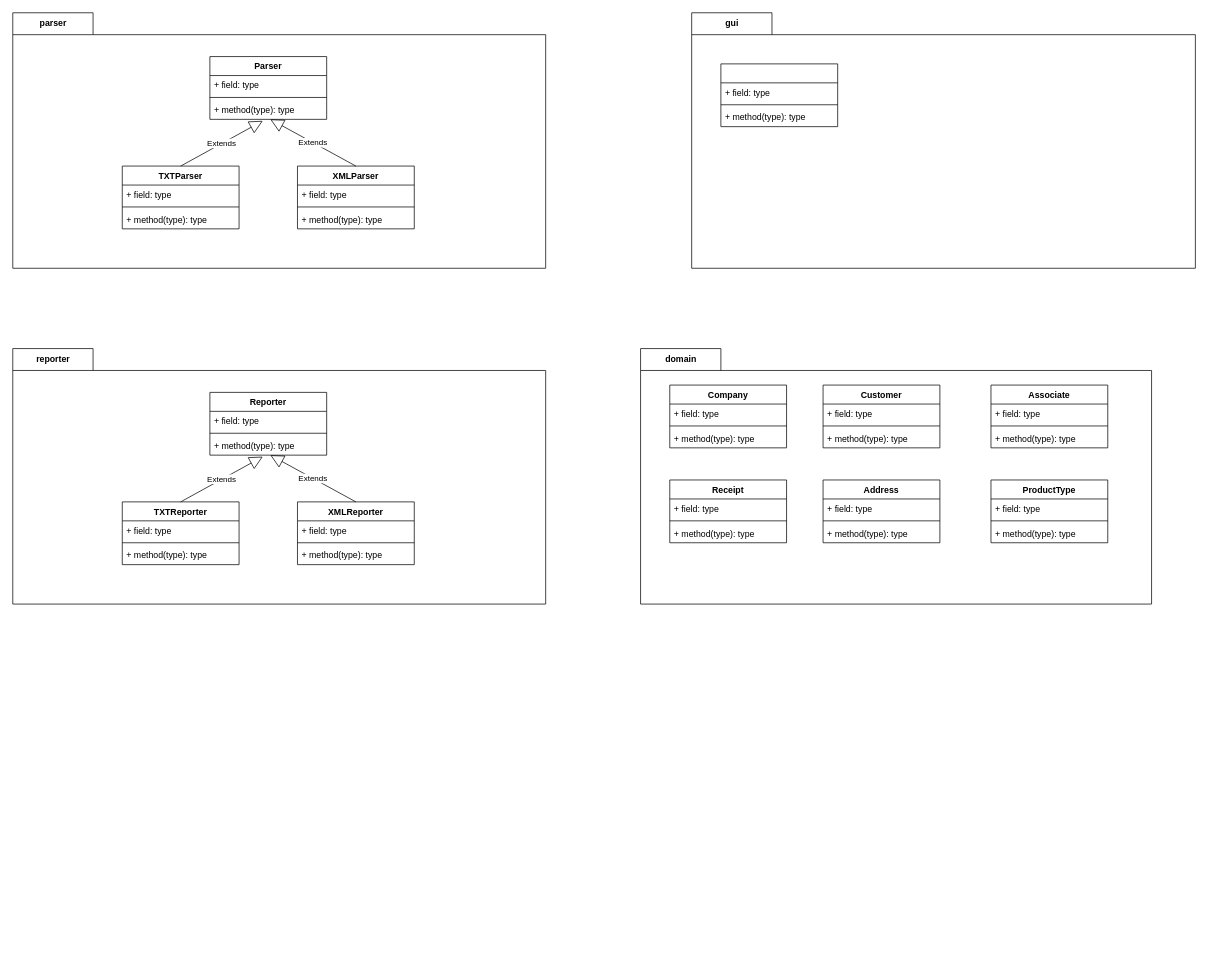
Earlier version of the draw.io diagram soft-devII-2024-project-material/sales-commissions-application/bin/new_class_diagram.drawio (philipAthanasopoulos/Saleio). Source tidied: cells renumbered, new cells numbered last; positions are measured from the earlier drawing's top-left corner, leaving out a move shared by most shapes. Both pictures are drawn from the tidied source at 73%, with x=0, y=0 at pixel (12, 12).
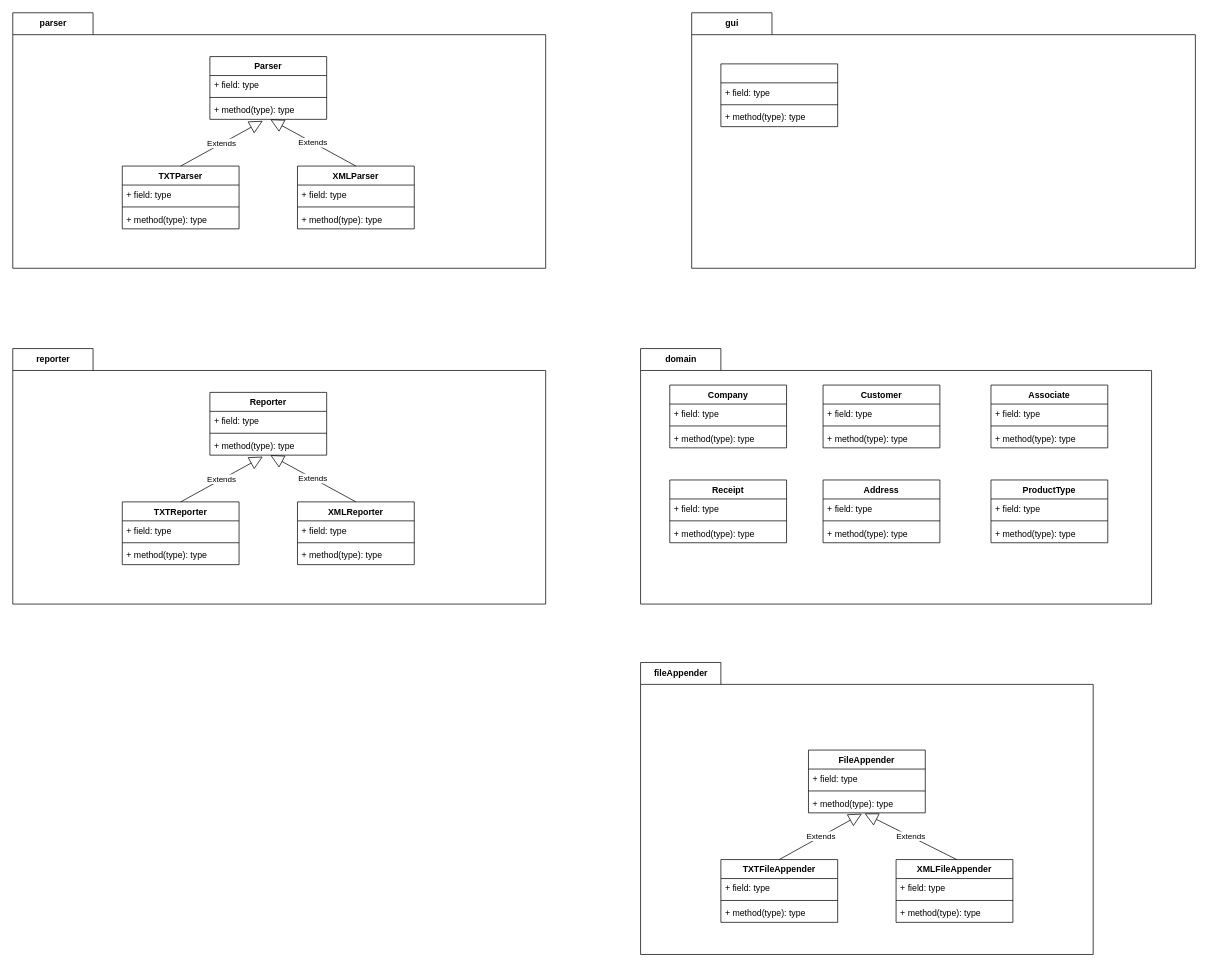
After the change.

The edit, as a diff of the source:
```diff
@@
+    <mxCell id="62" value="fileAppender&lt;br&gt;" style="shape=folder;fontStyle=1;tabWidth=110;tabHeight=30;tabPosition=left;html=1;boundedLbl=1;labelInHeader=1;" parent="1" vertex="1">
+      <mxGeometry x="860" y="890" width="620" height="400" as="geometry" />
+    </mxCell>
+    <mxCell id="63" value="FileAppender" style="swimlane;fontStyle=1;align=center;verticalAlign=top;horizontal=1;startSize=26;" parent="62" vertex="1">
+      <mxGeometry x="230" y="120" width="160" height="86" as="geometry" />
+    </mxCell>
+    <mxCell id="64" value="+ field: type" style="text;strokeColor=none;fillColor=none;align=left;verticalAlign=top;spacingLeft=4;spacingRight=4;overflow=hidden;" parent="63" vertex="1">
+      <mxGeometry y="26" width="160" height="26" as="geometry" />
+    </mxCell>
+    <mxCell id="65" style="line;strokeWidth=1;fillColor=none;align=left;verticalAlign=middle;spacingTop=-1;spacingLeft=3;spacingRight=3;labelPosition=right;strokeColor=inherit;" parent="63" vertex="1">
+      <mxGeometry y="52" width="160" height="8" as="geometry" />
+    </mxCell>
+    <mxCell id="66" value="+ method(type): type" style="text;strokeColor=none;fillColor=none;align=left;verticalAlign=top;spacingLeft=4;spacingRight=4;overflow=hidden;points=[[0,0.5],[1,0.5]];portConstraint=eastwest;" parent="63" vertex="1">
+      <mxGeometry y="60" width="160" height="26" as="geometry" />
+    </mxCell>
+    <mxCell id="67" value="TXTFileAppender" style="swimlane;fontStyle=1;align=center;verticalAlign=top;horizontal=1;startSize=26;" parent="62" vertex="1">
+      <mxGeometry x="110" y="270" width="160" height="86" as="geometry" />
+    </mxCell>
+    <mxCell id="68" value="+ field: type" style="text;strokeColor=none;fillColor=none;align=left;verticalAlign=top;spacingLeft=4;spacingRight=4;overflow=hidden;" parent="67" vertex="1">
+      <mxGeometry y="26" width="160" height="26" as="geometry" />
+    </mxCell>
+    <mxCell id="69" style="line;strokeWidth=1;fillColor=none;align=left;verticalAlign=middle;spacingTop=-1;spacingLeft=3;spacingRight=3;labelPosition=right;strokeColor=inherit;" parent="67" vertex="1">
+      <mxGeometry y="52" width="160" height="8" as="geometry" />
+    </mxCell>
+    <mxCell id="70" value="+ method(type): type" style="text;strokeColor=none;fillColor=none;align=left;verticalAlign=top;spacingLeft=4;spacingRight=4;overflow=hidden;" parent="67" vertex="1">
+      <mxGeometry y="60" width="160" height="26" as="geometry" />
+    </mxCell>
+    <mxCell id="71" value="XMLFileAppender" style="swimlane;fontStyle=1;align=center;verticalAlign=top;horizontal=1;startSize=26;" parent="62" vertex="1">
+      <mxGeometry x="350" y="270" width="160" height="86" as="geometry" />
+    </mxCell>
+    <mxCell id="72" value="+ field: type" style="text;strokeColor=none;fillColor=none;align=left;verticalAlign=top;spacingLeft=4;spacingRight=4;overflow=hidden;" parent="71" vertex="1">
+      <mxGeometry y="26" width="160" height="26" as="geometry" />
+    </mxCell>
+    <mxCell id="73" style="line;strokeWidth=1;fillColor=none;align=left;verticalAlign=middle;spacingTop=-1;spacingLeft=3;spacingRight=3;labelPosition=right;strokeColor=inherit;" parent="71" vertex="1">
+      <mxGeometry y="52" width="160" height="8" as="geometry" />
+    </mxCell>
+    <mxCell id="74" value="+ method(type): type" style="text;strokeColor=none;fillColor=none;align=left;verticalAlign=top;spacingLeft=4;spacingRight=4;overflow=hidden;" parent="71" vertex="1">
+      <mxGeometry y="60" width="160" height="26" as="geometry" />
+    </mxCell>
+    <mxCell id="75" value="Extends" style="endArrow=block;endSize=16;endFill=0;html=1;rounded=0;exitX=0.5;exitY=0;exitDx=0;exitDy=0;entryX=0.458;entryY=1.046;entryDx=0;entryDy=0;entryPerimeter=0;" parent="62" edge="1" source="67" target="66">
+      <mxGeometry relative="1" as="geometry" />
+    </mxCell>
+    <mxCell id="76" value="Extends" style="endArrow=block;endSize=16;endFill=0;html=1;rounded=0;exitX=0.52;exitY=0;exitDx=0;exitDy=0;exitPerimeter=0;entryX=0.48;entryY=1.031;entryDx=0;entryDy=0;entryPerimeter=0;" parent="62" edge="1" source="71" target="66">
+      <mxGeometry relative="1" as="geometry" />
+    </mxCell>
```
